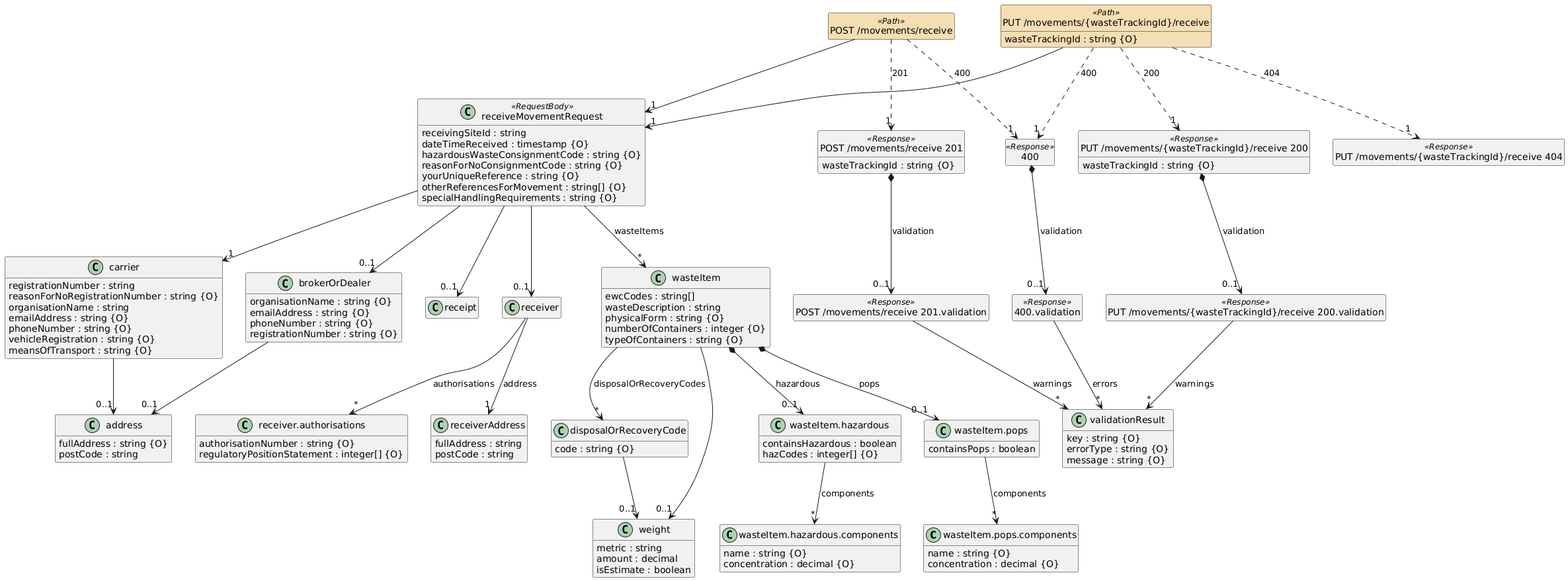
This is docs/defra-spec.png from abeyonalaja/waste-tracking-service, a PlantUML export, as it was before one commit.
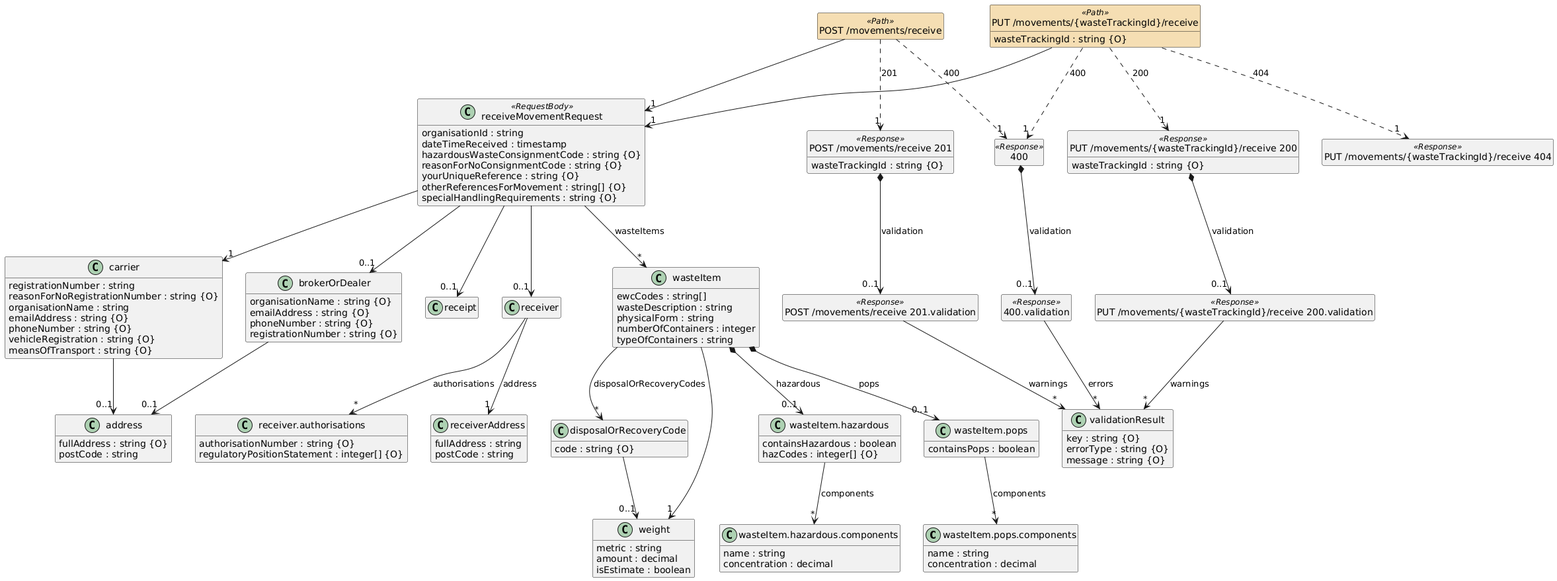
The same file after the commit.

Commit message:
Update DEFRA spec image in documentation

What changed in the source:
```diff
@@ -10,8 +10,8 @@
 set namespaceSeparator none
 
 class "wasteItem.pops.components" {
-  {field} name : string {O}
-  {field} concentration : decimal {O}
+  {field} name : string
+  {field} concentration : decimal
 }
 
 class "wasteItem.pops" {
@@ -19,8 +19,8 @@
 }
 
 class "wasteItem.hazardous.components" {
-  {field} name : string {O}
-  {field} concentration : decimal {O}
+  {field} name : string
+  {field} concentration : decimal
 }
 
 class "wasteItem.hazardous" {
@@ -31,9 +31,9 @@
 class "wasteItem" {
   {field} ewcCodes : string[]
   {field} wasteDescription : string
-  {field} physicalForm : string {O}
-  {field} numberOfContainers : integer {O}
-  {field} typeOfContainers : string {O}
+  {field} physicalForm : string
+  {field} numberOfContainers : integer
+  {field} typeOfContainers : string
 }
 
 class "carrier" {
@@ -91,8 +91,8 @@
 }
 
 class "receiveMovementRequest" <<RequestBody>>  {
-  {field} receivingSiteId : string
-  {field} dateTimeReceived : timestamp {O}
+  {field} organisationId : string
+  {field} dateTimeReceived : timestamp
   {field} hazardousWasteConsignmentCode : string {O}
   {field} reasonForNoConsignmentCode : string {O}
   {field} yourUniqueReference : string {O}
@@ -130,7 +130,7 @@
 class "PUT /movements/{wasteTrackingId}/receive 404" <<Response>>  {
 }
 
-"wasteItem" --> "0..1" "weight"
+"wasteItem" --> "1" "weight"
 
 "wasteItem.pops" --> "*" "wasteItem.pops.components"  :  "components"
 
```
